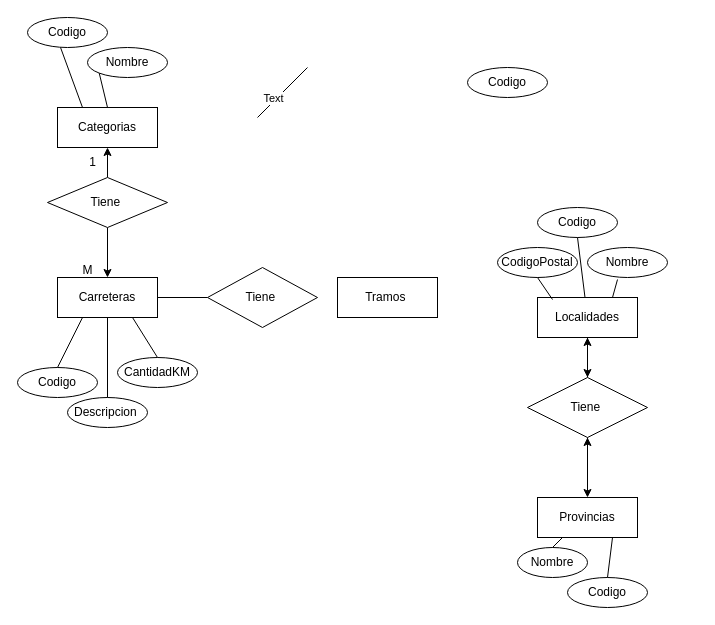
Earlier version of the draw.io diagram RecuperatorioParcial1.drawio (matiasbruna/BaseDatosUTN). Source tidied: cells renumbered, new cells numbered last; positions are measured from the earlier drawing's top-left corner, leaving out a move shared by most shapes. Both pictures are drawn from the tidied source at 100%, with x=0, y=0 at pixel (17, 17).
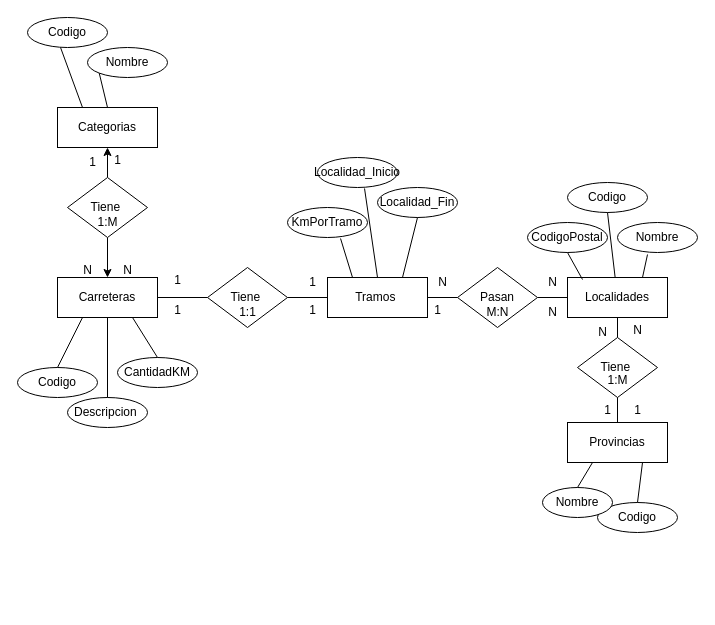
After the change.

The edit, as a diff of the source:
```diff
@@
-    <mxCell id="2" style="edgeStyle=orthogonalEdgeStyle;rounded=0;jettySize=auto;html=1;entryX=0.5;entryY=0;entryDx=0;entryDy=0;" parent="1" edge="1" source="3" target="11">
-      <mxGeometry relative="1" as="geometry" />
-    </mxCell>
     <mxCell id="3" value="Localidades" style="whiteSpace=wrap;html=1;align=center;" parent="1" vertex="1">
-      <mxGeometry x="520" y="280" width="100" height="40" as="geometry" />
+      <mxGeometry x="550" y="260" width="100" height="40" as="geometry" />
     </mxCell>
     <mxCell id="4" value="Provincias" style="whiteSpace=wrap;html=1;align=center;" parent="1" vertex="1">
-      <mxGeometry x="520" y="480" width="100" height="40" as="geometry" />
+      <mxGeometry x="550" y="405" width="100" height="40" as="geometry" />
     </mxCell>
@@
     <mxCell id="6" value="Tramos&amp;nbsp;" style="whiteSpace=wrap;html=1;align=center;" parent="1" vertex="1">
-      <mxGeometry x="320" y="260" width="100" height="40" as="geometry" />
+      <mxGeometry x="310" y="260" width="100" height="40" as="geometry" />
     </mxCell>
@@
-    <mxCell id="8" style="edgeStyle=orthogonalEdgeStyle;rounded=0;jettySize=auto;html=1;" parent="1" edge="1" source="11" target="3">
-      <mxGeometry relative="1" as="geometry" />
-    </mxCell>
-    <mxCell id="9" style="edgeStyle=orthogonalEdgeStyle;rounded=0;jettySize=auto;html=1;entryX=0.5;entryY=0;entryDx=0;entryDy=0;" parent="1" edge="1" source="11" target="4">
-      <mxGeometry relative="1" as="geometry" />
-    </mxCell>
-    <mxCell id="10" style="edgeStyle=orthogonalEdgeStyle;rounded=0;jettySize=auto;html=1;" parent="1" edge="1" source="11">
-      <mxGeometry relative="1" as="geometry">
-        <mxPoint x="570" y="420" as="targetPoint" />
-      </mxGeometry>
-    </mxCell>
-    <mxCell id="11" value="Tiene&amp;nbsp;" style="shape=rhombus;perimeter=rhombusPerimeter;whiteSpace=wrap;html=1;align=center;" parent="1" vertex="1">
-      <mxGeometry x="510" y="360" width="120" height="60" as="geometry" />
-    </mxCell>
     <mxCell id="12" value="Tiene&amp;nbsp;" style="shape=rhombus;perimeter=rhombusPerimeter;whiteSpace=wrap;html=1;align=center;" parent="1" vertex="1">
-      <mxGeometry x="190" y="250" width="110" height="60" as="geometry" />
+      <mxGeometry x="190" y="250" width="80" height="60" as="geometry" />
     </mxCell>
@@
     <mxCell id="15" value="Tiene&amp;nbsp;" style="shape=rhombus;perimeter=rhombusPerimeter;whiteSpace=wrap;html=1;align=center;" parent="1" vertex="1">
-      <mxGeometry x="30" y="160" width="120" height="50" as="geometry" />
+      <mxGeometry x="50" y="160" width="80" height="60" as="geometry" />
     </mxCell>
-    <mxCell id="16" value="Codigo" style="ellipse;whiteSpace=wrap;html=1;align=center;" parent="1" vertex="1">
-      <mxGeometry x="450" y="50" width="80" height="30" as="geometry" />
+    <mxCell id="16" value="Localidad_Inicio" style="ellipse;whiteSpace=wrap;html=1;align=center;" parent="1" vertex="1">
+      <mxGeometry x="300" y="140" width="80" height="30" as="geometry" />
     </mxCell>
@@
     <mxCell id="18" value="CodigoPostal" style="ellipse;whiteSpace=wrap;html=1;align=center;" parent="1" vertex="1">
-      <mxGeometry x="480" y="230" width="80" height="30" as="geometry" />
+      <mxGeometry x="510" y="205" width="80" height="30" as="geometry" />
     </mxCell>
     <mxCell id="19" value="Codigo" style="ellipse;whiteSpace=wrap;html=1;align=center;" parent="1" vertex="1">
-      <mxGeometry x="520" y="190" width="80" height="30" as="geometry" />
+      <mxGeometry x="550" y="165" width="80" height="30" as="geometry" />
     </mxCell>
     <mxCell id="20" value="Codigo" style="ellipse;whiteSpace=wrap;html=1;align=center;" parent="1" vertex="1">
-      <mxGeometry x="550" y="560" width="80" height="30" as="geometry" />
+      <mxGeometry x="580" y="485" width="80" height="30" as="geometry" />
     </mxCell>
@@
     <mxCell id="25" value="Nombre" style="ellipse;whiteSpace=wrap;html=1;align=center;" parent="1" vertex="1">
-      <mxGeometry x="500" y="530" width="70" height="30" as="geometry" />
+      <mxGeometry x="525" y="470" width="70" height="30" as="geometry" />
     </mxCell>
@@
     <mxCell id="28" value="Nombre" style="ellipse;whiteSpace=wrap;html=1;align=center;" parent="1" vertex="1">
-      <mxGeometry x="570" y="230" width="80" height="30" as="geometry" />
+      <mxGeometry x="600" y="205" width="80" height="30" as="geometry" />
     </mxCell>
@@
-    <mxCell id="33" style="endArrow=none;html=1;rounded=0;" parent="1" edge="1">
-      <mxGeometry relative="1" as="geometry">
-        <mxPoint x="240" y="100" as="sourcePoint" />
-        <mxPoint x="290" y="50" as="targetPoint" />
-      </mxGeometry>
-    </mxCell>
-    <mxCell id="34" value="Text" style="edgeLabel;html=1;align=center;verticalAlign=middle;" parent="33" vertex="1">
-      <mxGeometry x="-0.28" y="3" relative="1" as="geometry" />
-    </mxCell>
@@
-    <mxCell id="40" value="M" style="text;html=1;align=center;verticalAlign=middle;strokeColor=none;fillColor=none;" parent="1" vertex="1">
+    <mxCell id="40" value="N" style="text;html=1;align=center;verticalAlign=middle;strokeColor=none;fillColor=none;" parent="1" vertex="1">
       <mxGeometry x="55" y="238" width="30" height="30" as="geometry" />
     </mxCell>
@@
+    <mxCell id="42" value="1" style="text;html=1;align=center;verticalAlign=middle;strokeColor=none;fillColor=none;" parent="1" vertex="1">
+      <mxGeometry x="85" y="128" width="30" height="30" as="geometry" />
+    </mxCell>
+    <mxCell id="43" value="N" style="text;html=1;align=center;verticalAlign=middle;strokeColor=none;fillColor=none;" parent="1" vertex="1">
+      <mxGeometry x="95" y="238" width="30" height="30" as="geometry" />
+    </mxCell>
+    <mxCell id="44" value="1:M" style="text;html=1;align=center;verticalAlign=middle;strokeColor=none;fillColor=none;" parent="1" vertex="1">
+      <mxGeometry x="70" y="190" width="40" height="30" as="geometry" />
+    </mxCell>
+    <mxCell id="45" value="Localidad_Fin" style="ellipse;whiteSpace=wrap;html=1;align=center;" parent="1" vertex="1">
+      <mxGeometry x="360" y="170" width="80" height="30" as="geometry" />
+    </mxCell>
+    <mxCell id="46" value="KmPorTramo" style="ellipse;whiteSpace=wrap;html=1;align=center;" parent="1" vertex="1">
+      <mxGeometry x="270" y="190" width="80" height="30" as="geometry" />
+    </mxCell>
+    <mxCell id="47" style="endArrow=none;html=1;rounded=0;entryX=0.25;entryY=0;entryDx=0;entryDy=0;exitX=0.663;exitY=1.033;exitDx=0;exitDy=0;exitPerimeter=0;" parent="1" edge="1" source="46" target="6">
+      <mxGeometry relative="1" as="geometry" />
+    </mxCell>
+    <mxCell id="48" style="endArrow=none;html=1;rounded=0;entryX=0.588;entryY=1.033;entryDx=0;entryDy=0;entryPerimeter=0;exitX=0.5;exitY=0;exitDx=0;exitDy=0;" parent="1" edge="1" source="6" target="16">
+      <mxGeometry relative="1" as="geometry" />
+    </mxCell>
+    <mxCell id="49" style="endArrow=none;html=1;rounded=0;entryX=0.5;entryY=1;entryDx=0;entryDy=0;exitX=0.75;exitY=0;exitDx=0;exitDy=0;" parent="1" edge="1" source="6" target="45">
+      <mxGeometry relative="1" as="geometry" />
+    </mxCell>
+    <mxCell id="50" style="endArrow=none;html=1;rounded=0;entryX=0;entryY=0.5;entryDx=0;entryDy=0;exitX=1;exitY=0.5;exitDx=0;exitDy=0;" parent="1" edge="1" source="12" target="6">
+      <mxGeometry relative="1" as="geometry" />
+    </mxCell>
+    <mxCell id="51" value="1" style="text;html=1;align=center;verticalAlign=middle;strokeColor=none;fillColor=none;" parent="1" vertex="1">
+      <mxGeometry x="145" y="248" width="30" height="30" as="geometry" />
+    </mxCell>
+    <mxCell id="52" value="1" style="text;html=1;align=center;verticalAlign=middle;strokeColor=none;fillColor=none;" parent="1" vertex="1">
+      <mxGeometry x="280" y="250" width="30" height="30" as="geometry" />
+    </mxCell>
+    <mxCell id="53" value="1" style="text;html=1;align=center;verticalAlign=middle;strokeColor=none;fillColor=none;" parent="1" vertex="1">
+      <mxGeometry x="280" y="278" width="30" height="30" as="geometry" />
+    </mxCell>
+    <mxCell id="54" value="1" style="text;html=1;align=center;verticalAlign=middle;strokeColor=none;fillColor=none;" parent="1" vertex="1">
+      <mxGeometry x="145" y="278" width="30" height="30" as="geometry" />
+    </mxCell>
+    <mxCell id="55" style="endArrow=none;html=1;rounded=0;entryX=0;entryY=0.5;entryDx=0;entryDy=0;" parent="1" edge="1" target="3">
+      <mxGeometry relative="1" as="geometry">
+        <mxPoint x="520" y="280" as="sourcePoint" />
+      </mxGeometry>
+    </mxCell>
+    <mxCell id="56" value="Pasan" style="shape=rhombus;perimeter=rhombusPerimeter;whiteSpace=wrap;html=1;align=center;" parent="1" vertex="1">
+      <mxGeometry x="440" y="250" width="80" height="60" as="geometry" />
+    </mxCell>
+    <mxCell id="57" style="endArrow=none;html=1;rounded=0;entryX=0;entryY=0.5;entryDx=0;entryDy=0;exitX=1;exitY=0.5;exitDx=0;exitDy=0;" parent="1" edge="1" source="6" target="56">
+      <mxGeometry relative="1" as="geometry" />
+    </mxCell>
+    <mxCell id="58" value="1:1" style="text;html=1;align=center;verticalAlign=middle;strokeColor=none;fillColor=none;" parent="1" vertex="1">
+      <mxGeometry x="210" y="280" width="40" height="30" as="geometry" />
+    </mxCell>
+    <mxCell id="59" value="N" style="text;html=1;align=center;verticalAlign=middle;strokeColor=none;fillColor=none;" parent="1" vertex="1">
+      <mxGeometry x="410" y="250" width="30" height="30" as="geometry" />
+    </mxCell>
+    <mxCell id="60" value="N" style="text;html=1;align=center;verticalAlign=middle;strokeColor=none;fillColor=none;" parent="1" vertex="1">
+      <mxGeometry x="520" y="250" width="30" height="30" as="geometry" />
+    </mxCell>
+    <mxCell id="61" value="N" style="text;html=1;align=center;verticalAlign=middle;strokeColor=none;fillColor=none;" parent="1" vertex="1">
+      <mxGeometry x="520" y="280" width="30" height="30" as="geometry" />
+    </mxCell>
+    <mxCell id="62" value="1" style="text;html=1;align=center;verticalAlign=middle;strokeColor=none;fillColor=none;" parent="1" vertex="1">
+      <mxGeometry x="405" y="278" width="30" height="30" as="geometry" />
+    </mxCell>
+    <mxCell id="63" value="M:N" style="text;html=1;align=center;verticalAlign=middle;strokeColor=none;fillColor=none;" parent="1" vertex="1">
+      <mxGeometry x="455" y="280" width="50" height="30" as="geometry" />
+    </mxCell>
+    <mxCell id="11" value="Tiene&amp;nbsp;" style="shape=rhombus;perimeter=rhombusPerimeter;whiteSpace=wrap;html=1;align=center;" parent="1" vertex="1">
+      <mxGeometry x="560" y="320" width="80" height="60" as="geometry" />
+    </mxCell>
+    <mxCell id="64" style="endArrow=none;html=1;rounded=0;entryX=0.5;entryY=1;entryDx=0;entryDy=0;exitX=0.5;exitY=0;exitDx=0;exitDy=0;" parent="1" edge="1" source="4" target="11">
+      <mxGeometry relative="1" as="geometry" />
+    </mxCell>
+    <mxCell id="8" style="endArrow=none;html=1;rounded=0;entryX=0.5;entryY=1;entryDx=0;entryDy=0;exitX=0.5;exitY=0;exitDx=0;exitDy=0;" parent="1" edge="1" source="11" target="3">
+      <mxGeometry relative="1" as="geometry" />
+    </mxCell>
+    <mxCell id="65" value="N" style="text;html=1;align=center;verticalAlign=middle;strokeColor=none;fillColor=none;" parent="1" vertex="1">
+      <mxGeometry x="570" y="300" width="30" height="30" as="geometry" />
+    </mxCell>
+    <mxCell id="66" value="1" style="text;html=1;align=center;verticalAlign=middle;strokeColor=none;fillColor=none;" parent="1" vertex="1">
+      <mxGeometry x="575" y="378" width="30" height="30" as="geometry" />
+    </mxCell>
+    <mxCell id="67" value="1" style="text;html=1;align=center;verticalAlign=middle;strokeColor=none;fillColor=none;" parent="1" vertex="1">
+      <mxGeometry x="605" y="378" width="30" height="30" as="geometry" />
+    </mxCell>
+    <mxCell id="68" value="N" style="text;html=1;align=center;verticalAlign=middle;strokeColor=none;fillColor=none;" parent="1" vertex="1">
+      <mxGeometry x="605" y="298" width="30" height="30" as="geometry" />
+    </mxCell>
+    <mxCell id="69" value="1:M" style="text;html=1;align=center;verticalAlign=middle;strokeColor=none;fillColor=none;" parent="1" vertex="1">
+      <mxGeometry x="580" y="348" width="40" height="30" as="geometry" />
+    </mxCell>
```
